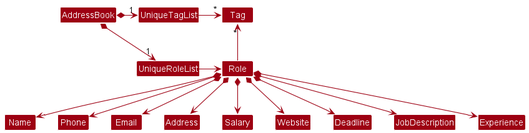
Above: docs/images/BetterModelClassDiagram.png in nus-cs2103-AY2223S2/tp (PlantUML), before the change. Source of this version:
```plantuml
@startuml
!include style.puml
skinparam arrowThickness 1.1
skinparam arrowColor MODEL_COLOR
skinparam classBackgroundColor MODEL_COLOR

AddressBook *-right-> "1" UniqueRoleList
AddressBook *-right-> "1" UniqueTagList
UniqueTagList -[hidden]down- UniqueRoleList
UniqueTagList -[hidden]down- UniqueRoleList

UniqueTagList -right-> "*" Tag
UniqueRoleList -right-> Role

Role -up-> "*" Tag

Role *--> Name
Role *--> Phone
Role *--> Email
Role *--> Address
Role *--> Salary
Role *--> Website
Role *--> Deadline
Role *--> JobDescription
Role *--> Experience
@enduml
```
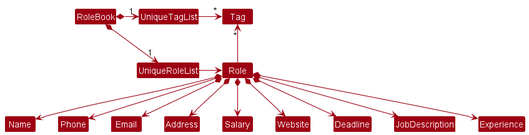
After the change.

What changed in the source:
```diff
@@ -4,8 +4,8 @@
 skinparam arrowColor MODEL_COLOR
 skinparam classBackgroundColor MODEL_COLOR
 
-AddressBook *-right-> "1" UniqueRoleList
-AddressBook *-right-> "1" UniqueTagList
+RoleBook *-right-> "1" UniqueRoleList
+RoleBook *-right-> "1" UniqueTagList
 UniqueTagList -[hidden]down- UniqueRoleList
 UniqueTagList -[hidden]down- UniqueRoleList
 
```
